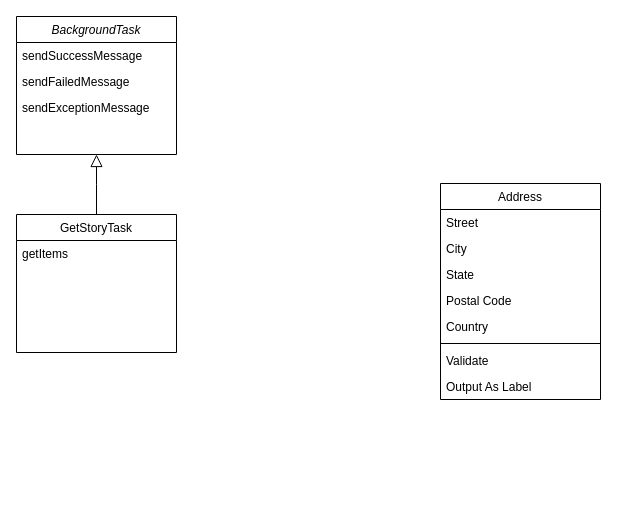
Above: Milestone2.drawio in GitLlamma/UML_Diagrams (draw.io), before the change. Source tidied: cells renumbered, new cells numbered last; positions are measured from the earlier drawing's top-left corner, leaving out a move shared by most shapes. Both pictures are drawn from the tidied source at 100%, with x=0, y=0 at pixel (16, 16).
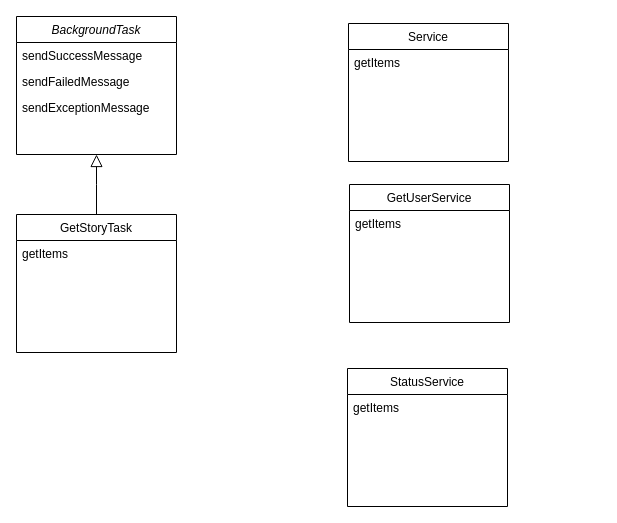
Above is the later version.

Change to the diagram source:
```diff
@@
 <mxGraphModel>
   <root>
     <mxCell id="0" />
     <mxCell id="1" parent="0" />
     <mxCell id="2" value="BackgroundTask" style="swimlane;fontStyle=2;align=center;verticalAlign=top;horizontal=1;startSize=26;rounded=0;shadow=0;strokeWidth=1;" parent="1" vertex="1">
       <mxGeometry width="160" height="138" as="geometry" />
     </mxCell>
     <mxCell id="3" value="sendSuccessMessage" style="text;align=left;verticalAlign=top;spacingLeft=4;spacingRight=4;overflow=hidden;" parent="2" vertex="1">
       <mxGeometry y="26" width="160" height="26" as="geometry" />
     </mxCell>
     <mxCell id="4" value="sendFailedMessage" style="text;align=left;verticalAlign=top;spacingLeft=4;spacingRight=4;overflow=hidden;rounded=0;shadow=0;html=0;" parent="2" vertex="1">
       <mxGeometry y="52" width="160" height="26" as="geometry" />
     </mxCell>
     <mxCell id="5" value="sendExceptionMessage" style="text;align=left;verticalAlign=top;spacingLeft=4;spacingRight=4;overflow=hidden;rounded=0;shadow=0;html=0;" parent="2" vertex="1">
       <mxGeometry y="78" width="160" height="26" as="geometry" />
     </mxCell>
     <mxCell id="6" value="GetStoryTask" style="swimlane;fontStyle=0;align=center;verticalAlign=top;horizontal=1;startSize=26;rounded=0;shadow=0;strokeWidth=1;" parent="1" vertex="1">
       <mxGeometry y="198" width="160" height="138" as="geometry" />
     </mxCell>
     <mxCell id="7" value="getItems" style="text;align=left;verticalAlign=top;spacingLeft=4;spacingRight=4;overflow=hidden;" parent="6" vertex="1">
       <mxGeometry y="26" width="160" height="26" as="geometry" />
     </mxCell>
     <mxCell id="8" style="endArrow=block;endSize=10;endFill=0;shadow=0;strokeWidth=1;rounded=0;edgeStyle=elbowEdgeStyle;elbow=vertical;" parent="1" edge="1" source="6" target="2">
       <mxGeometry relative="1" as="geometry" />
     </mxCell>
-    <mxCell id="9" value="Address" style="swimlane;fontStyle=0;align=center;verticalAlign=top;horizontal=1;startSize=26;rounded=0;shadow=0;strokeWidth=1;" parent="1" vertex="1">
-      <mxGeometry x="424" y="167" width="160" height="216" as="geometry" />
-    </mxCell>
-    <mxCell id="10" value="Street" style="text;align=left;verticalAlign=top;spacingLeft=4;spacingRight=4;overflow=hidden;" parent="9" vertex="1">
-      <mxGeometry y="26" width="160" height="26" as="geometry" />
-    </mxCell>
-    <mxCell id="11" value="City" style="text;align=left;verticalAlign=top;spacingLeft=4;spacingRight=4;overflow=hidden;rounded=0;shadow=0;html=0;" parent="9" vertex="1">
-      <mxGeometry y="52" width="160" height="26" as="geometry" />
-    </mxCell>
-    <mxCell id="12" value="State" style="text;align=left;verticalAlign=top;spacingLeft=4;spacingRight=4;overflow=hidden;rounded=0;shadow=0;html=0;" parent="9" vertex="1">
-      <mxGeometry y="78" width="160" height="26" as="geometry" />
-    </mxCell>
-    <mxCell id="13" value="Postal Code" style="text;align=left;verticalAlign=top;spacingLeft=4;spacingRight=4;overflow=hidden;rounded=0;shadow=0;html=0;" parent="9" vertex="1">
-      <mxGeometry y="104" width="160" height="26" as="geometry" />
-    </mxCell>
-    <mxCell id="14" value="Country" style="text;align=left;verticalAlign=top;spacingLeft=4;spacingRight=4;overflow=hidden;rounded=0;shadow=0;html=0;" parent="9" vertex="1">
-      <mxGeometry y="130" width="160" height="26" as="geometry" />
-    </mxCell>
-    <mxCell id="15" style="line;html=1;strokeWidth=1;align=left;verticalAlign=middle;spacingTop=-1;spacingLeft=3;spacingRight=3;labelPosition=right;" parent="9" vertex="1">
-      <mxGeometry y="156" width="160" height="8" as="geometry" />
-    </mxCell>
-    <mxCell id="16" value="Validate" style="text;align=left;verticalAlign=top;spacingLeft=4;spacingRight=4;overflow=hidden;" parent="9" vertex="1">
-      <mxGeometry y="164" width="160" height="26" as="geometry" />
-    </mxCell>
-    <mxCell id="17" value="Output As Label" style="text;align=left;verticalAlign=top;spacingLeft=4;spacingRight=4;overflow=hidden;" parent="9" vertex="1">
-      <mxGeometry y="190" width="160" height="26" as="geometry" />
-    </mxCell>
+    <mxCell id="18" value="Service&#10;" style="swimlane;fontStyle=0;align=center;verticalAlign=top;horizontal=1;startSize=26;rounded=0;shadow=0;strokeWidth=1;" parent="1" vertex="1">
+      <mxGeometry x="332" y="7" width="160" height="138" as="geometry" />
+    </mxCell>
+    <mxCell id="19" value="getItems" style="text;align=left;verticalAlign=top;spacingLeft=4;spacingRight=4;overflow=hidden;" parent="18" vertex="1">
+      <mxGeometry y="26" width="160" height="26" as="geometry" />
+    </mxCell>
+    <mxCell id="20" value="GetUserService" style="swimlane;fontStyle=0;align=center;verticalAlign=top;horizontal=1;startSize=26;rounded=0;shadow=0;strokeWidth=1;" parent="1" vertex="1">
+      <mxGeometry x="333" y="168" width="160" height="138" as="geometry" />
+    </mxCell>
+    <mxCell id="21" value="getItems" style="text;align=left;verticalAlign=top;spacingLeft=4;spacingRight=4;overflow=hidden;" parent="20" vertex="1">
+      <mxGeometry y="26" width="160" height="26" as="geometry" />
+    </mxCell>
+    <mxCell id="22" value="StatusService&#10;" style="swimlane;fontStyle=0;align=center;verticalAlign=top;horizontal=1;startSize=26;rounded=0;shadow=0;strokeWidth=1;" parent="1" vertex="1">
+      <mxGeometry x="331" y="352" width="160" height="138" as="geometry" />
+    </mxCell>
+    <mxCell id="23" value="getItems" style="text;align=left;verticalAlign=top;spacingLeft=4;spacingRight=4;overflow=hidden;" parent="22" vertex="1">
+      <mxGeometry y="26" width="160" height="26" as="geometry" />
+    </mxCell>
   </root>
 </mxGraphModel>
```
